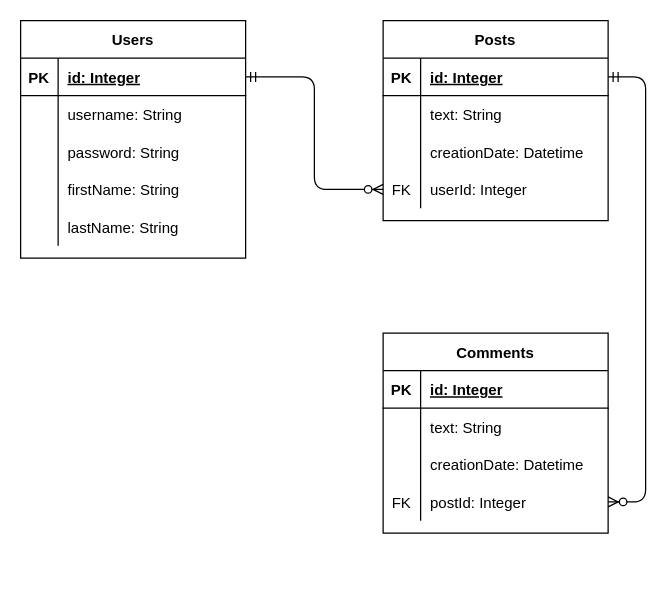
This is misc/schema.drawio from RayDarar/java-ee-project, a draw.io file, before an edit. Source tidied: cells renumbered, new cells numbered last; positions are measured from the earlier drawing's top-left corner, leaving out a move shared by most shapes. Both pictures are drawn from the tidied source at 125%, with x=0, y=0 at pixel (20, 20).
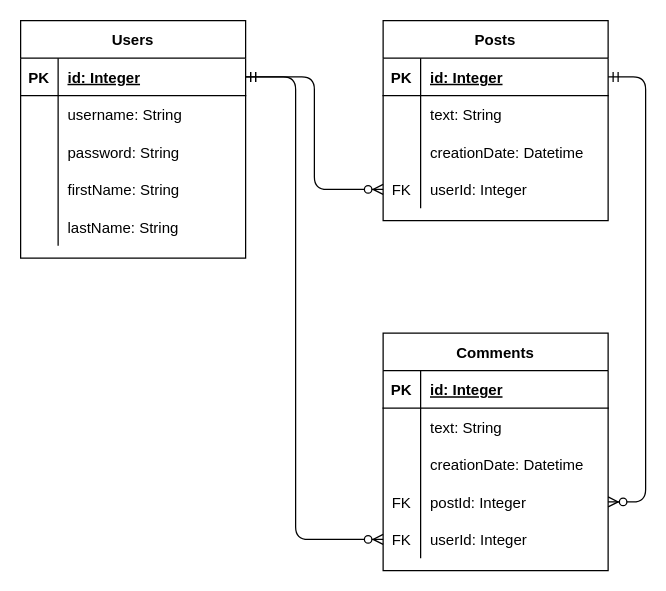
The same diagram, later.

The change refers to these unchanged cells:
```xml
<mxCell id="3" style="shape=partialRectangle;fillColor=none;top=0;left=0;bottom=1;right=0;points=[[0,0.5],[1,0.5]];portConstraint=eastwest;" parent="2" vertex="1">
  <mxGeometry y="30" width="180" height="30" as="geometry" />
</mxCell>
```

Diff of the diagram source:
```diff
@@
     <mxCell id="32" value="Comments" style="shape=table;startSize=30;childLayout=tableLayout;rowLines=0;fontStyle=1;align=center;" parent="1" vertex="1">
-      <mxGeometry x="290" y="250" width="180" height="160" as="geometry" />
+      <mxGeometry x="290" y="250" width="180" height="190" as="geometry" />
     </mxCell>
@@
+    <mxCell id="46" style="shape=partialRectangle;fillColor=none;top=0;left=0;bottom=0;right=0;points=[[0,0.5],[1,0.5]];portConstraint=eastwest;" parent="32" vertex="1">
+      <mxGeometry y="150" width="180" height="30" as="geometry" />
+    </mxCell>
+    <mxCell id="47" value="FK" style="shape=partialRectangle;fillColor=none;top=0;left=0;bottom=0;right=0;overflow=hidden;" parent="46" vertex="1">
+      <mxGeometry width="30" height="30" as="geometry" />
+    </mxCell>
+    <mxCell id="48" value="userId: Integer" style="shape=partialRectangle;fillColor=none;top=0;left=0;bottom=0;right=0;align=left;spacingLeft=6;overflow=hidden;" parent="46" vertex="1">
+      <mxGeometry x="30" width="150" height="30" as="geometry" />
+    </mxCell>
@@
+    <mxCell id="49" style="edgeStyle=orthogonalEdgeStyle;fontSize=12;html=1;endArrow=ERzeroToMany;startArrow=ERmandOne;exitX=1;exitY=0.5;exitDx=0;exitDy=0;entryX=0;entryY=0.5;entryDx=0;entryDy=0;" parent="1" edge="1" source="3" target="46">
+      <mxGeometry relative="1" as="geometry">
+        <Array as="points">
+          <mxPoint x="220" y="45" />
+          <mxPoint x="220" y="415" />
+        </Array>
+      </mxGeometry>
+    </mxCell>
```
